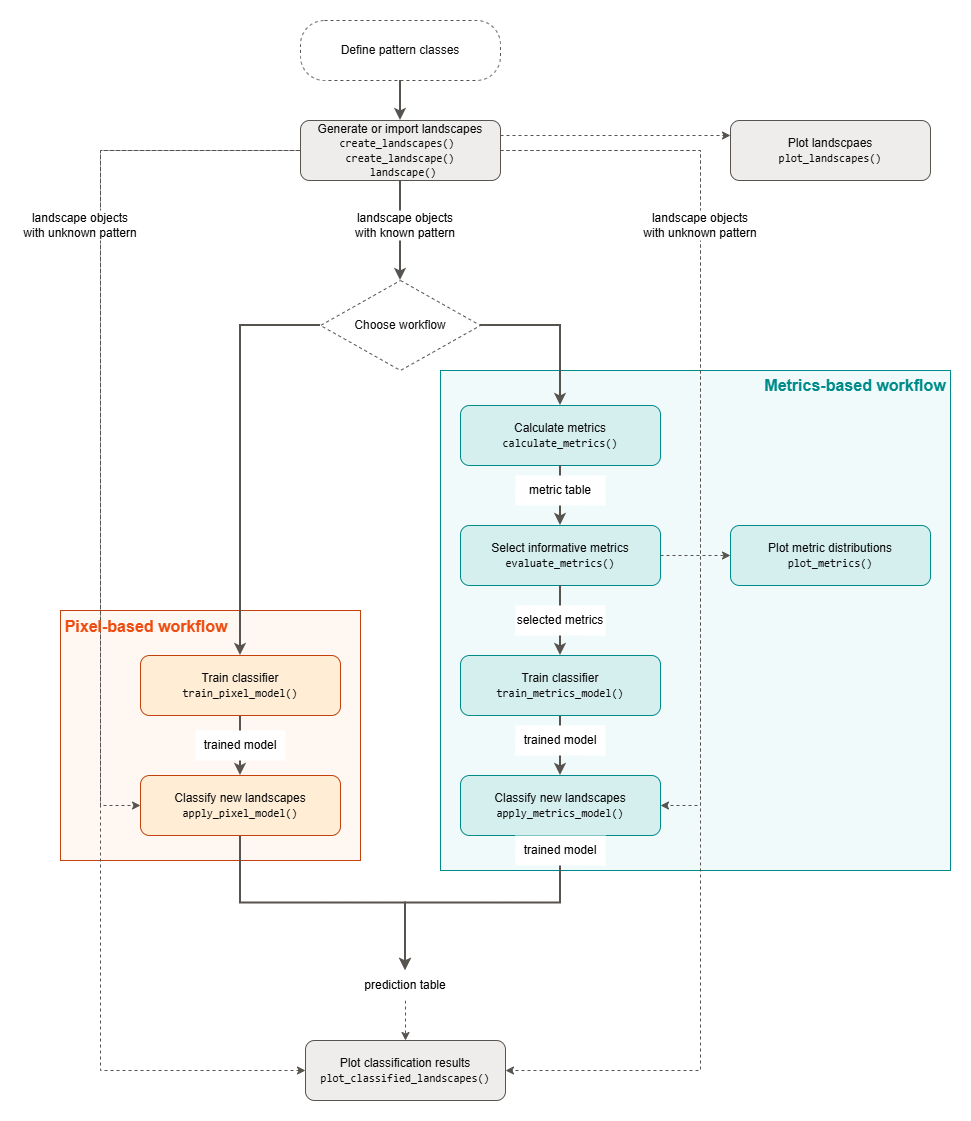
This is vignettes/img/workflow.drawio.png from ecomods/patternscaper, a draw.io export, as it was before one commit. Source tidied: cells renumbered, new cells last; positions are measured from the earlier drawing's top-left corner, leaving out a move shared by most shapes.
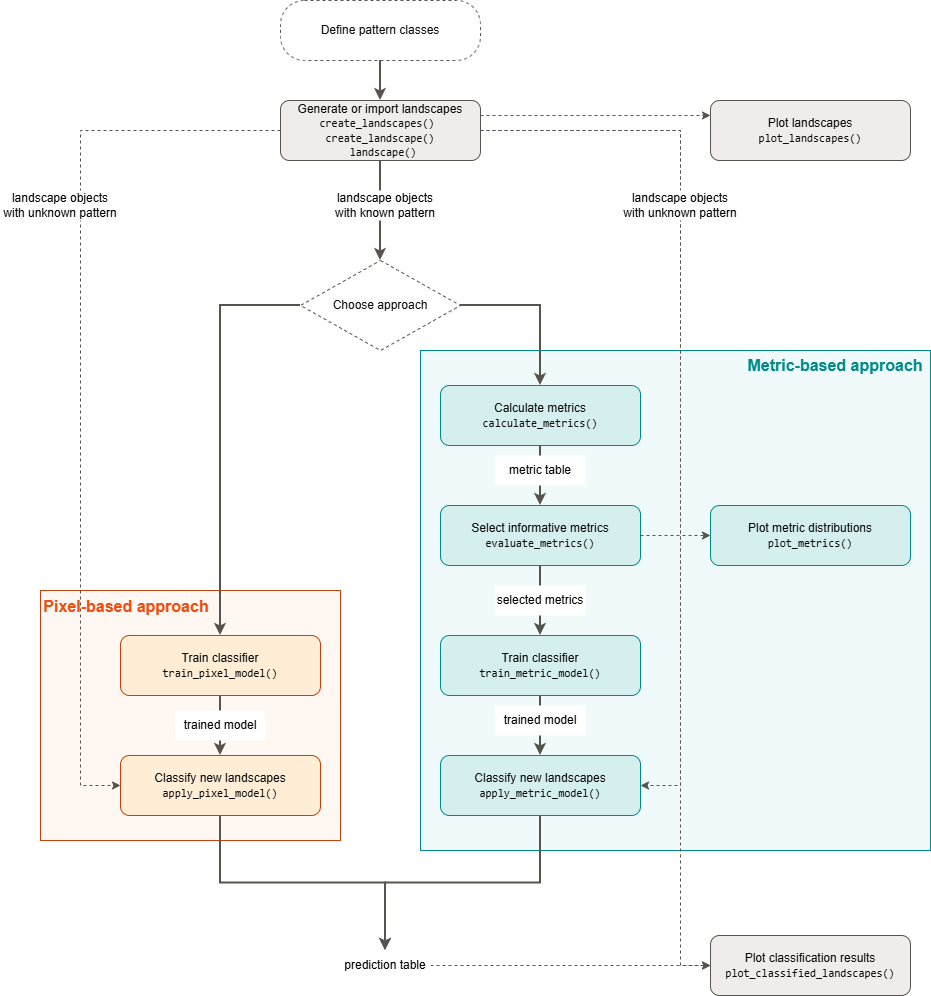
Later version of the same file.

Commit message:
Update figure and text of get started

Diff of the diagram source:
```diff
@@ -14,20 +14,11 @@
     <mxCell id="5" style="edgeStyle=orthogonalEdgeStyle;rounded=0;jettySize=auto;html=1;exitX=1;exitY=0.25;exitDx=0;exitDy=0;entryX=0;entryY=0.25;entryDx=0;entryDy=0;dashed=1;strokeColor=#57534e;align=center;verticalAlign=middle;fontFamily=Helvetica;fontSize=11;fontColor=#3f3f46;labelBackgroundColor=#fcfcfb;endArrow=classic;" parent="1" edge="1" source="9" target="32">
       <mxGeometry relative="1" as="geometry" />
     </mxCell>
-    <mxCell id="6" style="edgeStyle=orthogonalEdgeStyle;rounded=0;jettySize=auto;html=1;exitX=0;exitY=0.5;exitDx=0;exitDy=0;entryX=0;entryY=0.5;entryDx=0;entryDy=0;dashed=1;strokeColor=#57534e;align=center;verticalAlign=middle;fontFamily=Helvetica;fontSize=11;fontColor=#3f3f46;labelBackgroundColor=#fcfcfb;endArrow=classic;" parent="1" edge="1" target="42">
-      <mxGeometry relative="1" as="geometry">
-        <mxPoint x="290" y="130" as="sourcePoint" />
-        <Array as="points">
-          <mxPoint x="80" y="130" />
-          <mxPoint x="80" y="1050" />
-        </Array>
-      </mxGeometry>
-    </mxCell>
-    <mxCell id="7" style="edgeStyle=orthogonalEdgeStyle;rounded=0;jettySize=auto;html=1;exitX=1;exitY=0.5;exitDx=0;exitDy=0;entryX=1;entryY=0.5;entryDx=0;entryDy=0;dashed=1;strokeColor=#57534e;align=center;verticalAlign=middle;fontFamily=Helvetica;fontSize=11;fontColor=#3f3f46;labelBackgroundColor=#fcfcfb;endArrow=classic;" parent="1" edge="1" source="9" target="42">
+    <mxCell id="7" style="edgeStyle=orthogonalEdgeStyle;rounded=0;jettySize=auto;html=1;exitX=1;exitY=0.5;exitDx=0;exitDy=0;entryX=0;entryY=0.5;entryDx=0;entryDy=0;dashed=1;strokeColor=#57534e;align=center;verticalAlign=middle;fontFamily=Helvetica;fontSize=11;fontColor=#3f3f46;labelBackgroundColor=#fcfcfb;endArrow=classic;" parent="1" edge="1" source="9" target="42">
       <mxGeometry relative="1" as="geometry">
         <Array as="points">
           <mxPoint x="680" y="130" />
-          <mxPoint x="680" y="1050" />
+          <mxPoint x="680" y="965" />
         </Array>
       </mxGeometry>
     </mxCell>
@@ -42,7 +33,7 @@
     <mxCell id="9" value="Generate or import landscapes&lt;br&gt;&lt;span style=&quot;font-family: monospace; font-size: 11px;&quot;&gt;create_landscapes()&amp;nbsp;&lt;/span&gt;&lt;div&gt;&lt;span style=&quot;font-family: monospace; font-size: 11px;&quot;&gt;create_landscape()&lt;/span&gt;&lt;/div&gt;&lt;div&gt;&lt;span style=&quot;font-family: monospace; font-size: 11px;&quot;&gt;&amp;nbsp;landscape()&lt;/span&gt;&lt;/div&gt;" style="rounded=1;whiteSpace=wrap;html=1;fillColor=#efedeb;strokeColor=#57534e;fontColor=#0b0b0b;" parent="1" vertex="1">
       <mxGeometry x="280" y="100" width="200" height="60" as="geometry" />
     </mxCell>
-    <mxCell id="10" value="Choose workflow" style="rhombus;whiteSpace=wrap;html=1;fillColor=#ffffff;strokeColor=#57534e;dashed=1;fontColor=#0b0b0b;" parent="1" vertex="1">
+    <mxCell id="10" value="Choose approach" style="rhombus;whiteSpace=wrap;html=1;fillColor=#ffffff;strokeColor=#57534e;dashed=1;fontColor=#0b0b0b;" parent="1" vertex="1">
       <mxGeometry x="300" y="260" width="160" height="90" as="geometry" />
     </mxCell>
     <mxCell id="11" value="Calculate metrics&lt;br&gt;&lt;span style=&quot;font-family: monospace; font-size: 11px;&quot;&gt;calculate_metrics()&lt;/span&gt;" style="rounded=1;whiteSpace=wrap;html=1;fillColor=#d5efef;strokeColor=#008B8B;fontColor=#0b0b0b;" parent="1" vertex="1">
@@ -57,13 +48,13 @@
     <mxCell id="14" style="edgeStyle=orthogonalEdgeStyle;rounded=0;jettySize=auto;html=1;exitX=0.5;exitY=1;exitDx=0;exitDy=0;strokeColor=#57534e;strokeWidth=2;align=center;verticalAlign=middle;fontFamily=Helvetica;fontSize=11;fontColor=#3f3f46;labelBackgroundColor=#fcfcfb;endArrow=classic;" parent="1" edge="1" source="15" target="17">
       <mxGeometry relative="1" as="geometry" />
     </mxCell>
-    <mxCell id="15" value="Train classifier&lt;br&gt;&lt;span style=&quot;font-family: monospace; font-size: 11px;&quot;&gt;train_metrics_model()&lt;/span&gt;" style="rounded=1;whiteSpace=wrap;html=1;fillColor=#d5efef;strokeColor=#008B8B;fontColor=#0b0b0b;" parent="1" vertex="1">
+    <mxCell id="15" value="Train classifier&lt;br&gt;&lt;span style=&quot;font-family: monospace; font-size: 11px;&quot;&gt;train_metric_model()&lt;/span&gt;" style="rounded=1;whiteSpace=wrap;html=1;fillColor=#d5efef;strokeColor=#008B8B;fontColor=#0b0b0b;" parent="1" vertex="1">
       <mxGeometry x="440" y="635" width="200" height="60" as="geometry" />
     </mxCell>
     <mxCell id="16" style="edgeStyle=orthogonalEdgeStyle;rounded=0;jettySize=auto;html=1;exitX=0.5;exitY=1;exitDx=0;exitDy=0;strokeColor=#57534e;align=center;verticalAlign=middle;fontFamily=Helvetica;fontSize=11;fontColor=#3f3f46;labelBackgroundColor=#fcfcfb;endArrow=classic;strokeWidth=2;" parent="1" edge="1" source="17" target="31">
       <mxGeometry relative="1" as="geometry" />
     </mxCell>
-    <mxCell id="17" value="Classify new landscapes&lt;br&gt;&lt;span style=&quot;font-family: monospace; font-size: 11px;&quot;&gt;apply_metrics_model()&lt;/span&gt;" style="rounded=1;whiteSpace=wrap;html=1;fillColor=#d5efef;strokeColor=#008B8B;fontColor=#0b0b0b;" parent="1" vertex="1">
+    <mxCell id="17" value="Classify new landscapes&lt;br&gt;&lt;span style=&quot;font-family: monospace; font-size: 11px;&quot;&gt;apply_metric_model()&lt;/span&gt;" style="rounded=1;whiteSpace=wrap;html=1;fillColor=#d5efef;strokeColor=#008B8B;fontColor=#0b0b0b;" parent="1" vertex="1">
       <mxGeometry x="440" y="755" width="200" height="60" as="geometry" />
     </mxCell>
     <mxCell id="18" style="edgeStyle=orthogonalEdgeStyle;rounded=0;jettySize=auto;html=1;strokeColor=#57534e;strokeWidth=2;align=center;verticalAlign=middle;fontFamily=Helvetica;fontSize=11;fontColor=#3f3f46;labelBackgroundColor=#fcfcfb;endArrow=classic;" parent="1" edge="1" source="19" target="21">
@@ -109,13 +100,13 @@
         </Array>
       </mxGeometry>
     </mxCell>
-    <mxCell id="30" style="edgeStyle=orthogonalEdgeStyle;rounded=0;jettySize=auto;html=1;exitX=0.5;exitY=1;exitDx=0;exitDy=0;dashed=1;strokeColor=#57534e;align=center;verticalAlign=middle;fontFamily=Helvetica;fontSize=11;fontColor=#3f3f46;labelBackgroundColor=#fcfcfb;endArrow=classic;" parent="1" edge="1" source="31" target="42">
+    <mxCell id="30" style="edgeStyle=orthogonalEdgeStyle;rounded=0;jettySize=auto;html=1;exitX=1;exitY=0.5;exitDx=0;exitDy=0;dashed=1;strokeColor=#57534e;align=center;verticalAlign=middle;fontFamily=Helvetica;fontSize=11;fontColor=#3f3f46;labelBackgroundColor=#fcfcfb;endArrow=classic;" parent="1" edge="1" source="31" target="42">
       <mxGeometry relative="1" as="geometry" />
     </mxCell>
     <mxCell id="31" value="prediction table" style="text;html=1;whiteSpace=wrap;strokeColor=none;fillColor=default;align=center;verticalAlign=middle;rounded=0;fontFamily=Helvetica;fontSize=12;fontColor=default;labelBackgroundColor=none;" parent="1" vertex="1">
       <mxGeometry x="340" y="950" width="90" height="30" as="geometry" />
     </mxCell>
-    <mxCell id="32" value="Plot landscpaes&lt;br&gt;&lt;span style=&quot;font-family: monospace; font-size: 11px;&quot;&gt;plot_landscapes()&lt;/span&gt;" style="rounded=1;whiteSpace=wrap;html=1;fillColor=#efedeb;strokeColor=#57534e;fontColor=#0b0b0b;" parent="1" vertex="1">
+    <mxCell id="32" value="Plot landscapes&lt;br&gt;&lt;span style=&quot;font-family: monospace; font-size: 11px;&quot;&gt;plot_landscapes()&lt;/span&gt;" style="rounded=1;whiteSpace=wrap;html=1;fillColor=#efedeb;strokeColor=#57534e;fontColor=#0b0b0b;" parent="1" vertex="1">
       <mxGeometry x="710" y="100" width="200" height="60" as="geometry" />
     </mxCell>
     <mxCell id="33" value="trained model" style="text;html=1;whiteSpace=wrap;strokeColor=none;fillColor=#FFFFFF;align=center;verticalAlign=middle;rounded=0;labelBackgroundColor=none;fontFamily=Helvetica;fontSize=12;fontColor=default;" parent="1" vertex="1">
@@ -139,17 +130,14 @@
     <mxCell id="39" value="trained model" style="text;html=1;whiteSpace=wrap;strokeColor=none;fillColor=#FFFFFF;align=center;verticalAlign=middle;rounded=0;labelBackgroundColor=none;fontFamily=Helvetica;fontSize=12;fontColor=default;" parent="1" vertex="1">
       <mxGeometry x="495" y="705" width="90" height="30" as="geometry" />
     </mxCell>
-    <mxCell id="40" value="Pixel-based workflow" style="text;html=1;whiteSpace=wrap;strokeColor=none;fillColor=light-dark(#fff8f2, #ededed);align=center;verticalAlign=middle;rounded=0;labelBackgroundColor=none;fontFamily=Helvetica;fontSize=16;fontColor=#ED4D11;labelBorderColor=none;fontStyle=1;opacity=0;" parent="1" vertex="1">
+    <mxCell id="40" value="Pixel-based approach" style="text;html=1;whiteSpace=wrap;strokeColor=none;fillColor=light-dark(#fff8f2, #ededed);align=center;verticalAlign=middle;rounded=0;labelBackgroundColor=none;fontFamily=Helvetica;fontSize=16;fontColor=#ED4D11;labelBorderColor=none;fontStyle=1;opacity=0;" parent="1" vertex="1">
       <mxGeometry x="41" y="591" width="170" height="30" as="geometry" />
     </mxCell>
-    <mxCell id="41" value="Metrics-based workflow" style="text;html=1;whiteSpace=wrap;strokeColor=none;fillColor=none;align=center;verticalAlign=middle;rounded=0;labelBackgroundColor=none;fontFamily=Helvetica;fontSize=16;fontColor=#008B8B;labelBorderColor=none;fontStyle=1;" parent="1" vertex="1">
+    <mxCell id="41" value="Metric-based approach" style="text;html=1;whiteSpace=wrap;strokeColor=none;fillColor=none;align=center;verticalAlign=middle;rounded=0;labelBackgroundColor=none;fontFamily=Helvetica;fontSize=16;fontColor=#008B8B;labelBorderColor=none;fontStyle=1;" parent="1" vertex="1">
       <mxGeometry x="740" y="350" width="190" height="30" as="geometry" />
     </mxCell>
     <mxCell id="42" value="Plot classification results&lt;br&gt;&lt;span style=&quot;font-family: monospace; font-size: 11px;&quot;&gt;plot_classified_landscapes()&lt;/span&gt;" style="rounded=1;whiteSpace=wrap;html=1;fillColor=#efedeb;strokeColor=#57534e;fontColor=#0b0b0b;" parent="1" vertex="1">
-      <mxGeometry x="285" y="1020" width="200" height="60" as="geometry" />
+      <mxGeometry x="710" y="935" width="200" height="60" as="geometry" />
     </mxCell>
-    <mxCell id="43" value="trained model" style="text;html=1;whiteSpace=wrap;strokeColor=none;fillColor=#FFFFFF;align=center;verticalAlign=middle;rounded=0;labelBackgroundColor=none;fontFamily=Helvetica;fontSize=12;fontColor=default;" parent="1" vertex="1">
-      <mxGeometry x="495" y="815" width="90" height="30" as="geometry" />
-    </mxCell>
   </root>
 </mxGraphModel>
```
